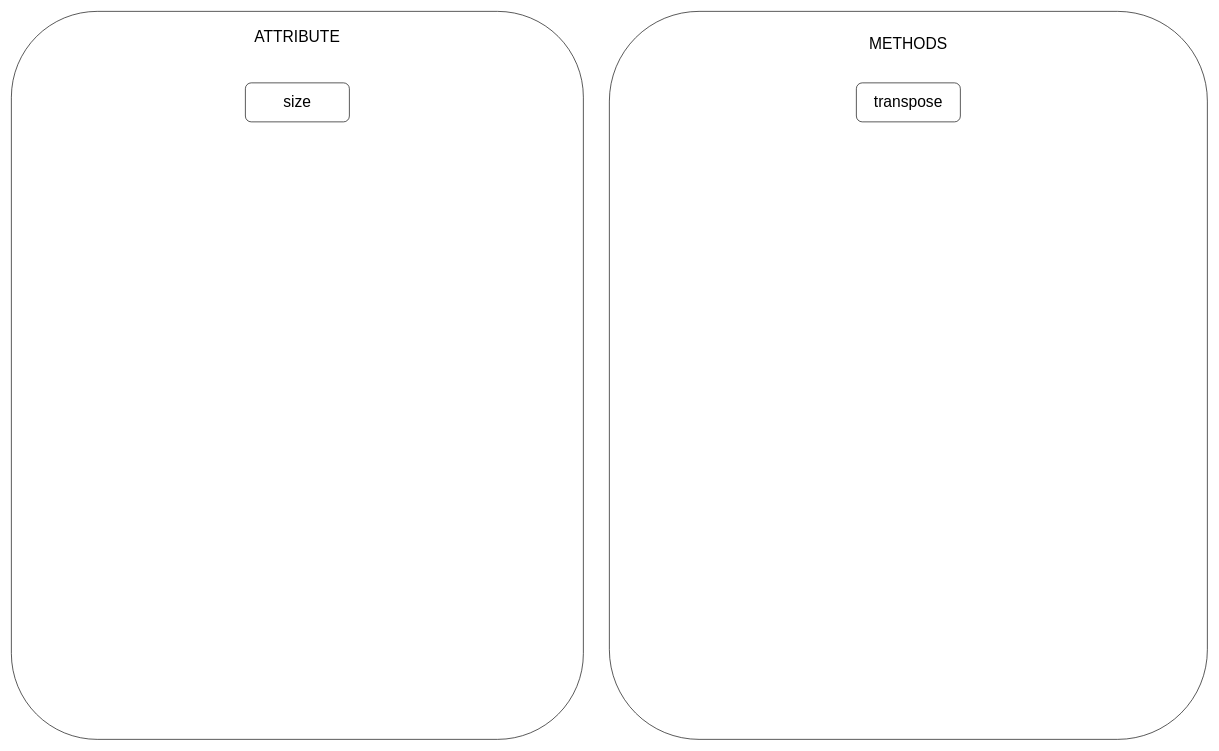
Above: page "COMMON" (2 of 4) of la-lib.drawio in raghavendra-musubi/linear_algebra (draw.io), before the change. Source tidied: cells renumbered, new cells numbered last; positions are measured from the earlier drawing's top-left corner, leaving out a move shared by most shapes. Both pictures are drawn from the tidied source at 65%, with x=0, y=0 at pixel (11, 11).
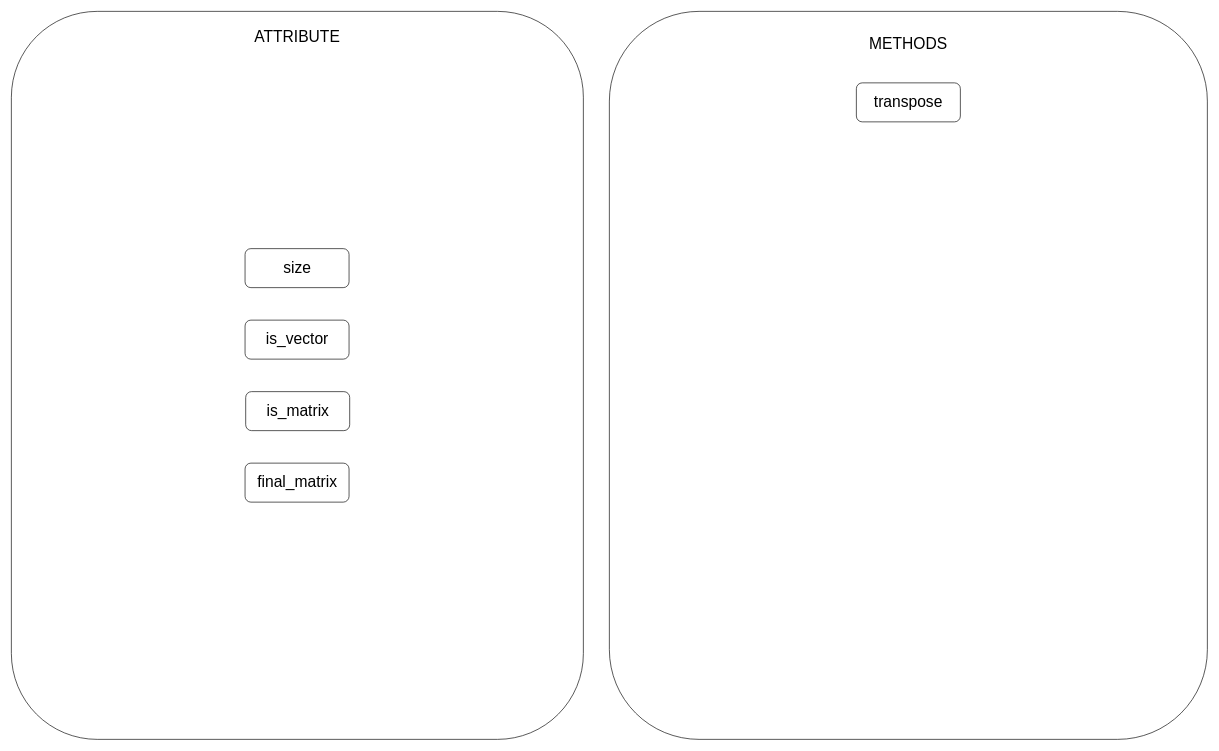
Above is the later version.

What changed in the source:
```diff
@@
 <mxGraphModel>
   <root>
     <mxCell id="0" />
     <mxCell id="1" parent="0" />
     <mxCell id="2" style="rounded=1;whiteSpace=wrap;html=1;" parent="1" vertex="1">
       <mxGeometry x="920" width="920" height="1120" as="geometry" />
     </mxCell>
     <mxCell id="3" style="rounded=1;whiteSpace=wrap;html=1;" parent="1" vertex="1">
       <mxGeometry width="880" height="1120" as="geometry" />
     </mxCell>
     <mxCell id="4" value="&lt;font style=&quot;font-size: 24px&quot;&gt;size&lt;/font&gt;" style="rounded=1;whiteSpace=wrap;html=1;" parent="1" vertex="1">
-      <mxGeometry x="360" y="110" width="160" height="60" as="geometry" />
+      <mxGeometry x="359.5" y="365" width="160" height="60" as="geometry" />
     </mxCell>
     <mxCell id="5" value="&lt;font style=&quot;font-size: 24px&quot;&gt;transpose&lt;/font&gt;" style="rounded=1;whiteSpace=wrap;html=1;" parent="1" vertex="1">
       <mxGeometry x="1300" y="110" width="160" height="60" as="geometry" />
     </mxCell>
     <mxCell id="6" value="&lt;font style=&quot;font-size: 24px&quot;&gt;ATTRIBUTE&lt;/font&gt;" style="text;html=1;strokeColor=none;fillColor=none;align=center;verticalAlign=middle;whiteSpace=wrap;rounded=0;" parent="1" vertex="1">
       <mxGeometry x="420" y="30" width="40" height="20" as="geometry" />
     </mxCell>
     <mxCell id="7" value="&lt;font style=&quot;font-size: 24px&quot;&gt;METHODS&lt;/font&gt;" style="text;html=1;strokeColor=none;fillColor=none;align=center;verticalAlign=middle;whiteSpace=wrap;rounded=0;" parent="1" vertex="1">
       <mxGeometry x="1360" y="40" width="40" height="20" as="geometry" />
     </mxCell>
+    <mxCell id="8" value="&lt;font style=&quot;font-size: 24px&quot;&gt;is_vector&lt;/font&gt;" style="rounded=1;whiteSpace=wrap;html=1;" parent="1" vertex="1">
+      <mxGeometry x="359.5" y="475" width="160" height="60" as="geometry" />
+    </mxCell>
+    <mxCell id="9" value="&lt;font style=&quot;font-size: 24px&quot;&gt;is_matrix&lt;/font&gt;" style="rounded=1;whiteSpace=wrap;html=1;" parent="1" vertex="1">
+      <mxGeometry x="360.5" y="585" width="160" height="60" as="geometry" />
+    </mxCell>
+    <mxCell id="10" value="&lt;font style=&quot;font-size: 24px&quot;&gt;final_matrix&lt;/font&gt;" style="rounded=1;whiteSpace=wrap;html=1;" parent="1" vertex="1">
+      <mxGeometry x="359.5" y="695" width="160" height="60" as="geometry" />
+    </mxCell>
   </root>
 </mxGraphModel>
```
